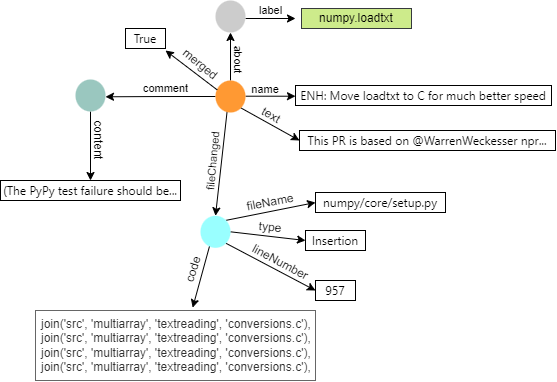
Earlier version of the draw.io export graphgen-proposal/github-graph.drawio.png (leonchemnitz/ai4ca_sandbox). Source tidied: cells renumbered, new cells last; positions are measured from the earlier drawing's top-left corner, leaving out a move shared by most shapes.
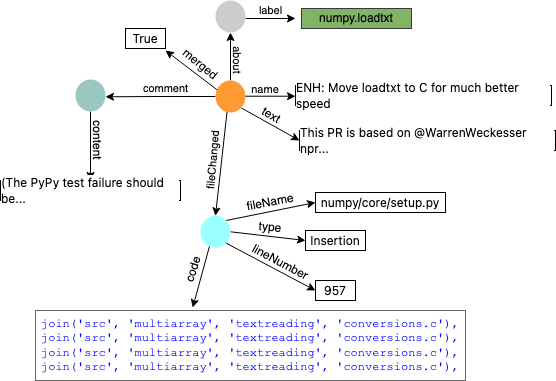
The same file after the commit.

Change to the diagram source:
```diff
@@ -14,7 +14,7 @@
     <mxCell id="4" style="ellipse;whiteSpace=wrap;html=1;strokeColor=none;fillColor=#CCCCCC;fontStyle=1;" parent="1" vertex="1">
       <mxGeometry x="215" width="30" height="32" as="geometry" />
     </mxCell>
-    <mxCell id="5" value="numpy.loadtxt" style="rounded=0;whiteSpace=wrap;html=1;fillColor=#cdeb8b;strokeColor=#36393d;" parent="1" vertex="1">
+    <mxCell id="5" value="numpy.loadtxt" style="rounded=0;whiteSpace=wrap;html=1;fillColor=#82B366;strokeColor=#36393d;fontColor=#000000;" parent="1" vertex="1">
       <mxGeometry x="301" y="8" width="110" height="20" as="geometry" />
     </mxCell>
     <mxCell id="6" style="edgeStyle=orthogonalEdgeStyle;rounded=0;jettySize=auto;html=1;exitX=0.5;exitY=0;exitDx=0;exitDy=0;entryX=0.5;entryY=1;entryDx=0;entryDy=0;" parent="1" edge="1" source="11" target="4">
@@ -127,8 +127,8 @@
     <mxCell id="36" value="code" style="text;html=1;strokeColor=none;fillColor=none;align=center;verticalAlign=middle;whiteSpace=wrap;rounded=0;rotation=-73;" parent="1" vertex="1">
       <mxGeometry x="148" y="254" width="90" height="30" as="geometry" />
     </mxCell>
-    <mxCell id="37" value="join('src', 'multiarray', 'textreading', 'conversions.c'),&lt;br&gt;join('src', 'multiarray', 'textreading', 'conversions.c'),&lt;br&gt;join('src', 'multiarray', 'textreading', 'conversions.c'),&lt;br&gt;join('src', 'multiarray', 'textreading', 'conversions.c')," style="text;html=1;align=left;verticalAlign=middle;whiteSpace=wrap;rounded=0;fillColor=none;fontColor=#333333;strokeColor=#666666;spacing=6;" parent="1" vertex="1">
-      <mxGeometry x="35" y="310" width="280" height="70" as="geometry" />
+    <mxCell id="37" value="join('src', 'multiarray', 'textreading', 'conversions.c'),&lt;br&gt;join('src', 'multiarray', 'textreading', 'conversions.c'),&lt;br&gt;join('src', 'multiarray', 'textreading', 'conversions.c'),&lt;br&gt;join('src', 'multiarray', 'textreading', 'conversions.c')," style="text;html=1;align=left;verticalAlign=middle;whiteSpace=wrap;rounded=0;fillColor=none;fontColor=#0000FF;strokeColor=#666666;spacing=6;fontFamily=Courier New;" parent="1" vertex="1">
+      <mxGeometry x="35" y="310" width="430" height="70" as="geometry" />
     </mxCell>
   </root>
 </mxGraphModel>
```
